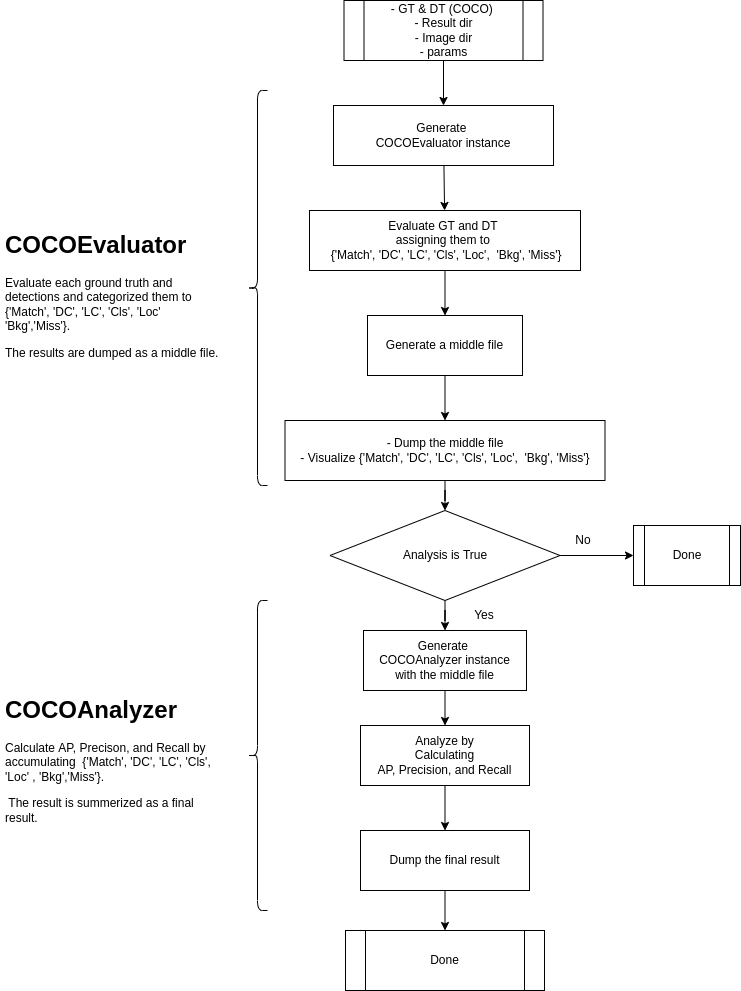
The draw.io diagram docs/figures/use_flow.drawio.png in RyotaYoneyama/analytical_map, before a commit. Source tidied: cells renumbered, new cells last; positions are measured from the earlier drawing's top-left corner, leaving out a move shared by most shapes.
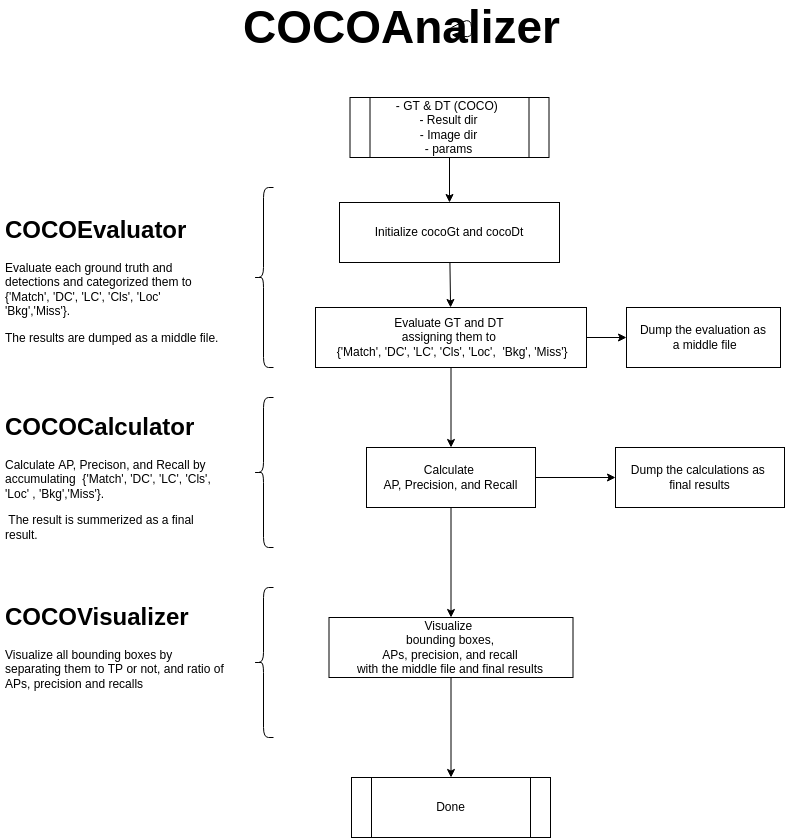
The same file after the commit.

Change to the diagram source:
```diff
@@ -5,83 +5,71 @@
     <mxCell id="2" style="endArrow=classic;html=1;exitX=0.5;exitY=1;exitDx=0;exitDy=0;entryX=0.5;entryY=0;entryDx=0;entryDy=0;" parent="1" edge="1" source="11" target="3">
       <mxGeometry relative="1" as="geometry" />
     </mxCell>
-    <mxCell id="3" value="Generate &lt;br&gt;COCOEvaluator instance" style="rounded=0;whiteSpace=wrap;html=1;" parent="1" vertex="1">
-      <mxGeometry x="333" y="105" width="220" height="60" as="geometry" />
+    <mxCell id="3" value="Initialize cocoGt and cocoDt" style="rounded=0;whiteSpace=wrap;html=1;" parent="1" vertex="1">
+      <mxGeometry x="346" y="185" width="220" height="60" as="geometry" />
     </mxCell>
+    <mxCell id="29" style="edgeStyle=none;html=1;" parent="1" edge="1" source="4" target="31">
+      <mxGeometry relative="1" as="geometry" />
+    </mxCell>
     <mxCell id="4" value="Evaluate GT and DT &lt;br&gt;assigning them to&amp;nbsp;&lt;br&gt;&amp;nbsp;{'Match', 'DC', 'LC', 'Cls', 'Loc',&amp;nbsp; 'Bkg', 'Miss'}" style="rounded=0;whiteSpace=wrap;html=1;" parent="1" vertex="1">
-      <mxGeometry x="309" y="210" width="271" height="60" as="geometry" />
+      <mxGeometry x="322" y="290" width="271" height="60" as="geometry" />
     </mxCell>
     <mxCell id="5" style="endArrow=classic;html=1;" parent="1" edge="1" source="3" target="4">
       <mxGeometry relative="1" as="geometry" />
     </mxCell>
-    <mxCell id="6" style="endArrow=classic;html=1;exitX=0.5;exitY=1;exitDx=0;exitDy=0;" parent="1" edge="1" source="4" target="8">
-      <mxGeometry relative="1" as="geometry" />
-    </mxCell>
-    <mxCell id="7" style="edgeStyle=orthogonalEdgeStyle;rounded=0;jettySize=auto;html=1;" parent="1" edge="1" source="8" target="10">
-      <mxGeometry relative="1" as="geometry" />
-    </mxCell>
-    <mxCell id="8" value="Generate a middle file&lt;br&gt;" style="rounded=0;whiteSpace=wrap;html=1;" parent="1" vertex="1">
-      <mxGeometry x="367" y="315" width="155" height="60" as="geometry" />
-    </mxCell>
-    <mxCell id="9" style="edgeStyle=orthogonalEdgeStyle;rounded=0;jettySize=auto;html=1;" parent="1" edge="1" source="10" target="19">
-      <mxGeometry relative="1" as="geometry" />
-    </mxCell>
-    <mxCell id="10" value="- Dump the middle file&lt;br&gt;- Visualize {'Match', 'DC', 'LC', 'Cls', 'Loc',&amp;nbsp; 'Bkg', 'Miss'}" style="rounded=0;whiteSpace=wrap;html=1;" parent="1" vertex="1">
-      <mxGeometry x="284.5" y="420" width="320" height="60" as="geometry" />
-    </mxCell>
     <mxCell id="11" value="&lt;span style=&quot;white-space: normal&quot;&gt;- GT &amp;amp; DT (COCO)&amp;nbsp;&lt;/span&gt;&lt;br style=&quot;white-space: normal&quot;&gt;&lt;span style=&quot;white-space: normal&quot;&gt;- Result dir&lt;/span&gt;&lt;br style=&quot;white-space: normal&quot;&gt;&lt;span style=&quot;white-space: normal&quot;&gt;- Image dir&lt;/span&gt;&lt;br style=&quot;white-space: normal&quot;&gt;&lt;span style=&quot;white-space: normal&quot;&gt;- params&lt;/span&gt;" style="shape=process;whiteSpace=wrap;html=1;backgroundOutline=1;" parent="1" vertex="1">
-      <mxGeometry x="343.5" width="199" height="60" as="geometry" />
+      <mxGeometry x="356.5" y="80" width="199" height="60" as="geometry" />
     </mxCell>
-    <mxCell id="12" style="edgeStyle=orthogonalEdgeStyle;rounded=0;jettySize=auto;html=1;exitX=0.5;exitY=1;exitDx=0;exitDy=0;entryX=0.5;entryY=0;entryDx=0;entryDy=0;" parent="1" edge="1" source="13" target="15">
+    <mxCell id="12" style="edgeStyle=orthogonalEdgeStyle;rounded=0;jettySize=auto;html=1;entryX=0.5;entryY=0;entryDx=0;entryDy=0;" parent="1" edge="1" source="4" target="15">
       <mxGeometry relative="1" as="geometry" />
     </mxCell>
-    <mxCell id="13" value="Generate &lt;br&gt;COCOAnalyzer instance&lt;br&gt;with the middle file" style="rounded=0;whiteSpace=wrap;html=1;" parent="1" vertex="1">
-      <mxGeometry x="363" y="630" width="163" height="60" as="geometry" />
-    </mxCell>
     <mxCell id="14" style="edgeStyle=orthogonalEdgeStyle;rounded=0;jettySize=auto;html=1;" parent="1" edge="1" source="15" target="22">
       <mxGeometry relative="1" as="geometry" />
     </mxCell>
+    <mxCell id="30" style="edgeStyle=none;html=1;" parent="1" edge="1" source="15" target="32">
+      <mxGeometry relative="1" as="geometry" />
+    </mxCell>
-    <mxCell id="15" value="Analyze by&lt;br&gt;Calculating&lt;br&gt;AP, Precision, and Recall" style="rounded=0;whiteSpace=wrap;html=1;" parent="1" vertex="1">
-      <mxGeometry x="360" y="725" width="169" height="60" as="geometry" />
+    <mxCell id="15" value="Calculate &lt;br&gt;AP, Precision, and Recall" style="rounded=0;whiteSpace=wrap;html=1;" parent="1" vertex="1">
+      <mxGeometry x="373" y="430" width="169" height="60" as="geometry" />
     </mxCell>
     <mxCell id="16" value="Done" style="shape=process;whiteSpace=wrap;html=1;backgroundOutline=1;" parent="1" vertex="1">
-      <mxGeometry x="345" y="930" width="199" height="60" as="geometry" />
+      <mxGeometry x="358" y="760" width="199" height="60" as="geometry" />
     </mxCell>
-    <mxCell id="17" style="edgeStyle=orthogonalEdgeStyle;rounded=0;jettySize=auto;html=1;" parent="1" edge="1" source="19" target="13">
-      <mxGeometry relative="1" as="geometry" />
-    </mxCell>
-    <mxCell id="18" style="edgeStyle=orthogonalEdgeStyle;rounded=0;jettySize=auto;html=1;entryX=0;entryY=0.5;entryDx=0;entryDy=0;" parent="1" edge="1" source="19" target="20">
-      <mxGeometry relative="1" as="geometry" />
-    </mxCell>
-    <mxCell id="19" value="Analysis is True" style="rhombus;whiteSpace=wrap;html=1;" parent="1" vertex="1">
-      <mxGeometry x="329.5" y="510" width="230" height="90" as="geometry" />
-    </mxCell>
-    <mxCell id="20" value="Done" style="shape=process;whiteSpace=wrap;html=1;backgroundOutline=1;" parent="1" vertex="1">
-      <mxGeometry x="633" y="525" width="107" height="60" as="geometry" />
-    </mxCell>
     <mxCell id="21" style="edgeStyle=orthogonalEdgeStyle;rounded=0;jettySize=auto;html=1;" parent="1" edge="1" source="22" target="16">
       <mxGeometry relative="1" as="geometry" />
     </mxCell>
-    <mxCell id="22" value="Dump the final result" style="rounded=0;whiteSpace=wrap;html=1;" parent="1" vertex="1">
-      <mxGeometry x="360" y="830" width="169" height="60" as="geometry" />
+    <mxCell id="22" value="Visualize &lt;br&gt;bounding boxes,&lt;br&gt;APs, precision, and recall&lt;br&gt;with the middle file and final results" style="rounded=0;whiteSpace=wrap;html=1;" parent="1" vertex="1">
+      <mxGeometry x="335.5" y="600" width="244" height="60" as="geometry" />
     </mxCell>
     <mxCell id="23" style="shape=curlyBracket;whiteSpace=wrap;html=1;rounded=1;" parent="1" vertex="1">
-      <mxGeometry x="247" y="90" width="20" height="395" as="geometry" />
+      <mxGeometry x="260" y="170" width="20" height="180" as="geometry" />
     </mxCell>
     <mxCell id="24" value="&lt;h1&gt;COCOEvaluator&lt;/h1&gt;&lt;p&gt;Evaluate each ground truth and detections and categorized them to {'Match', 'DC', 'LC', 'Cls', 'Loc' 'Bkg','Miss'}.&lt;/p&gt;&lt;p&gt;The results are dumped as a middle file.&lt;/p&gt;" style="text;html=1;strokeColor=none;fillColor=none;spacing=5;spacingTop=-20;whiteSpace=wrap;overflow=hidden;rounded=0;" parent="1" vertex="1">
-      <mxGeometry y="225" width="230" height="135" as="geometry" />
+      <mxGeometry x="7" y="192.5" width="230" height="135" as="geometry" />
     </mxCell>
     <mxCell id="25" style="shape=curlyBracket;whiteSpace=wrap;html=1;rounded=1;" parent="1" vertex="1">
-      <mxGeometry x="247" y="600" width="20" height="310" as="geometry" />
+      <mxGeometry x="260" y="380" width="20" height="150" as="geometry" />
     </mxCell>
-    <mxCell id="26" value="&lt;h1&gt;COCOAnalyzer&lt;/h1&gt;&lt;p&gt;Calculate AP, Precison, and Recall by accumulating&amp;nbsp; {'Match', 'DC', 'LC', 'Cls', 'Loc' , 'Bkg','Miss'}.&lt;/p&gt;&lt;p&gt;&amp;nbsp;The result is summerized as a final result.&lt;/p&gt;&lt;p&gt;&lt;br&gt;&lt;/p&gt;" style="text;html=1;strokeColor=none;fillColor=none;spacing=5;spacingTop=-20;whiteSpace=wrap;overflow=hidden;rounded=0;" parent="1" vertex="1">
-      <mxGeometry y="690" width="230" height="150" as="geometry" />
+    <mxCell id="26" value="&lt;h1&gt;COCOCalculator&lt;/h1&gt;&lt;p&gt;Calculate AP, Precison, and Recall by accumulating&amp;nbsp; {'Match', 'DC', 'LC', 'Cls', 'Loc' , 'Bkg','Miss'}.&lt;/p&gt;&lt;p&gt;&amp;nbsp;The result is summerized as a final result.&lt;/p&gt;&lt;p&gt;&lt;br&gt;&lt;/p&gt;" style="text;html=1;strokeColor=none;fillColor=none;spacing=5;spacingTop=-20;whiteSpace=wrap;overflow=hidden;rounded=0;" parent="1" vertex="1">
+      <mxGeometry x="7" y="390" width="230" height="150" as="geometry" />
     </mxCell>
-    <mxCell id="27" value="No" style="text;html=1;strokeColor=none;fillColor=none;align=center;verticalAlign=middle;whiteSpace=wrap;rounded=0;" parent="1" vertex="1">
-      <mxGeometry x="553" y="525" width="60" height="30" as="geometry" />
-    </mxCell>
-    <mxCell id="28" value="Yes" style="text;html=1;strokeColor=none;fillColor=none;align=center;verticalAlign=middle;whiteSpace=wrap;rounded=0;" parent="1" vertex="1">
-      <mxGeometry x="454" y="600" width="60" height="30" as="geometry" />
-    </mxCell>
+    <mxCell id="31" value="Dump the evaluation as&lt;br&gt;&amp;nbsp;a middle file" style="whiteSpace=wrap;html=1;rounded=0;" parent="1" vertex="1">
+      <mxGeometry x="633" y="290" width="154" height="60" as="geometry" />
+    </mxCell>
+    <mxCell id="32" value="Dump the calculations as &lt;br&gt;final results" style="rounded=0;whiteSpace=wrap;html=1;" parent="1" vertex="1">
+      <mxGeometry x="622" y="430" width="169" height="60" as="geometry" />
+    </mxCell>
+    <mxCell id="33" value="&lt;h1&gt;COCOVisualizer&lt;/h1&gt;&lt;div&gt;Visualize all bounding boxes by separating them to TP or not, and ratio of APs, precision and recalls&lt;/div&gt;&lt;p&gt;&lt;br&gt;&lt;/p&gt;" style="text;html=1;strokeColor=none;fillColor=none;spacing=5;spacingTop=-20;whiteSpace=wrap;overflow=hidden;rounded=0;" parent="1" vertex="1">
+      <mxGeometry x="7" y="580" width="230" height="150" as="geometry" />
+    </mxCell>
+    <mxCell id="34" value="&lt;font style=&quot;font-size: 46px&quot;&gt;COCOAnalizer&lt;/font&gt;" style="text;strokeColor=none;fillColor=none;html=1;fontSize=24;fontStyle=1;verticalAlign=middle;align=center;" parent="1" vertex="1">
+      <mxGeometry x="358" y="-10" width="100" height="40" as="geometry" />
+    </mxCell>
+    <mxCell id="35" style="shape=curlyBracket;whiteSpace=wrap;html=1;rounded=1;" parent="1" vertex="1">
+      <mxGeometry x="260" y="570" width="20" height="150" as="geometry" />
+    </mxCell>
+    <mxCell id="36" style="edgeStyle=none;html=1;exitX=1;exitY=0.5;exitDx=0;exitDy=0;fontSize=46;" parent="1" edge="1" source="34" target="34">
+      <mxGeometry relative="1" as="geometry" />
+    </mxCell>
   </root>
 </mxGraphModel>
```
